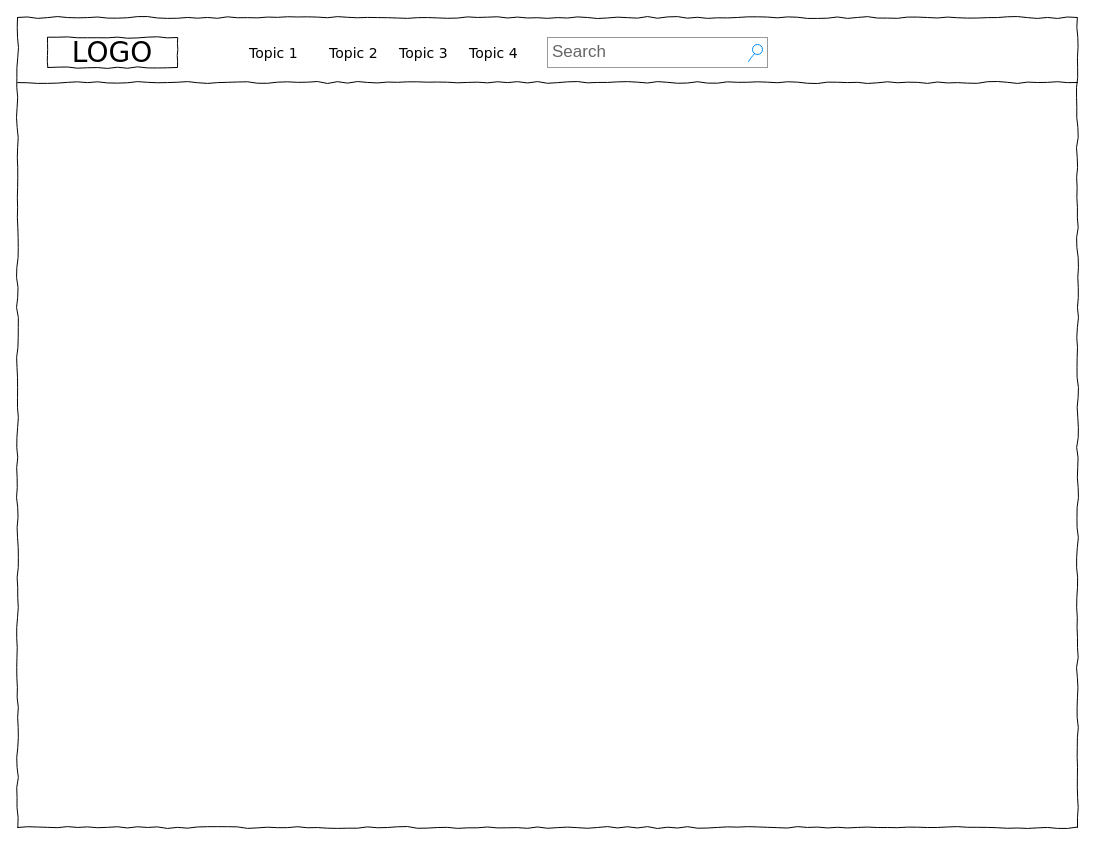
Earlier version of the draw.io diagram page "Home page" (3 of 5) of gamer.drawio (goldmine/base). Source tidied: cells renumbered, new cells numbered last; positions are measured from the earlier drawing's top-left corner, leaving out a move shared by most shapes. Both pictures are drawn from the tidied source at 100%, with x=0, y=0 at pixel (17, 17).
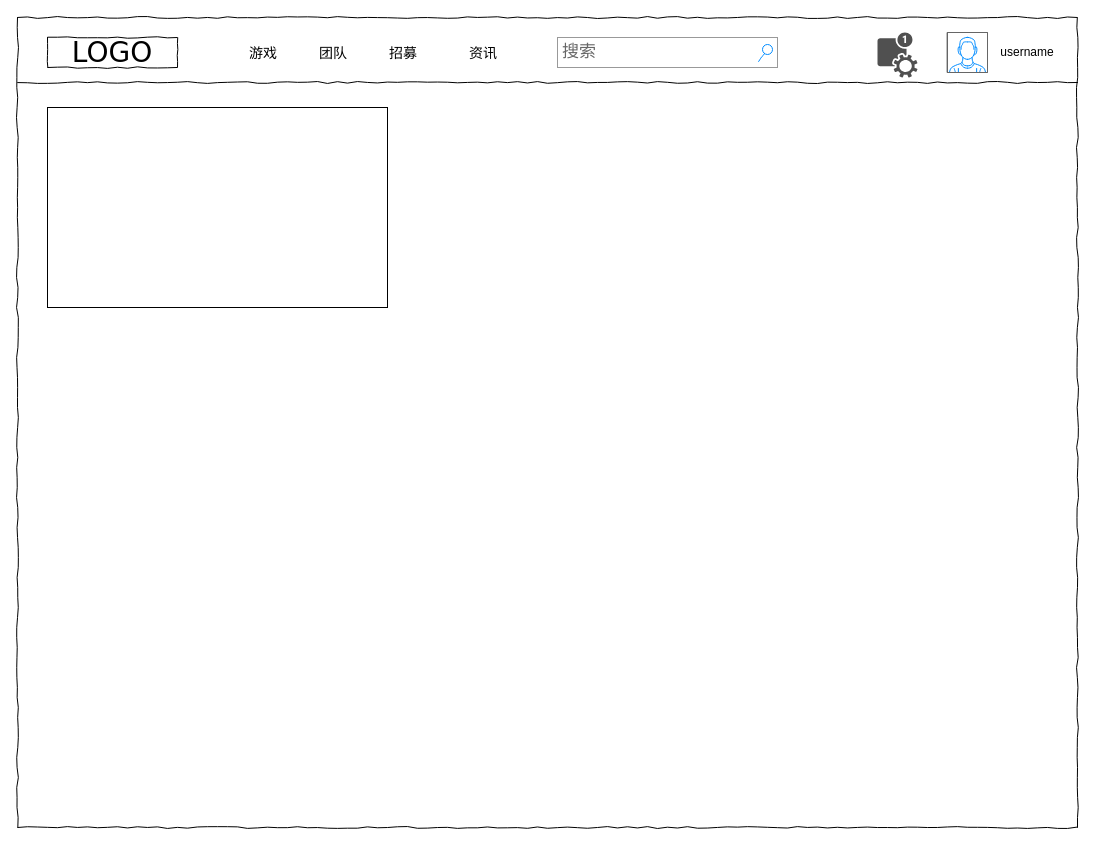
The same page after the edit.

Diff of the diagram source:
```diff
@@
 <mxGraphModel>
   <root>
     <mxCell id="0" />
     <mxCell id="1" parent="0" />
     <mxCell id="2" style="whiteSpace=wrap;html=1;rounded=0;shadow=0;labelBackgroundColor=none;strokeColor=#000000;strokeWidth=1;fillColor=none;fontFamily=Verdana;fontSize=12;fontColor=#000000;align=center;comic=1;" parent="1" vertex="1">
       <mxGeometry width="1060" height="810" as="geometry" />
     </mxCell>
     <mxCell id="3" value="LOGO" style="whiteSpace=wrap;html=1;rounded=0;shadow=0;labelBackgroundColor=none;strokeWidth=1;fontFamily=Verdana;fontSize=28;align=center;comic=1;" parent="1" vertex="1">
       <mxGeometry x="30" y="20" width="130" height="30" as="geometry" />
     </mxCell>
-    <mxCell id="4" value="Search" style="strokeWidth=1;shadow=0;dashed=0;align=center;html=1;shape=mxgraph.mockup.forms.searchBox;strokeColor=#999999;mainText=;strokeColor2=#008cff;fontColor=#666666;fontSize=17;align=left;spacingLeft=3;rounded=0;labelBackgroundColor=none;comic=1;" parent="1" vertex="1">
-      <mxGeometry x="530" y="20" width="220" height="30" as="geometry" />
+    <mxCell id="4" value="搜索" style="strokeWidth=1;shadow=0;dashed=0;align=center;html=1;shape=mxgraph.mockup.forms.searchBox;strokeColor=#999999;mainText=;strokeColor2=#008cff;fontColor=#666666;fontSize=17;align=left;spacingLeft=3;rounded=0;labelBackgroundColor=none;comic=1;" parent="1" vertex="1">
+      <mxGeometry x="540" y="20" width="220" height="30" as="geometry" />
     </mxCell>
-    <mxCell id="5" value="Topic 1" style="text;html=1;align=left;verticalAlign=top;spacingTop=-4;fontSize=14;fontFamily=Verdana;" parent="1" vertex="1">
+    <mxCell id="5" value="游戏" style="text;html=1;align=left;verticalAlign=top;spacingTop=-4;fontSize=14;fontFamily=Verdana;" parent="1" vertex="1">
       <mxGeometry x="230" y="25" width="60" height="20" as="geometry" />
     </mxCell>
-    <mxCell id="6" value="Topic 2" style="text;html=1;align=left;verticalAlign=top;spacingTop=-4;fontSize=14;fontFamily=Verdana;" parent="1" vertex="1">
-      <mxGeometry x="310" y="25" width="60" height="20" as="geometry" />
+    <mxCell id="6" value="团队" style="text;html=1;align=left;verticalAlign=top;spacingTop=-4;fontSize=14;fontFamily=Verdana;" parent="1" vertex="1">
+      <mxGeometry x="300" y="25" width="60" height="20" as="geometry" />
     </mxCell>
-    <mxCell id="7" value="Topic 3" style="text;html=1;align=left;verticalAlign=top;spacingTop=-4;fontSize=14;fontFamily=Verdana;" parent="1" vertex="1">
-      <mxGeometry x="380" y="25" width="60" height="20" as="geometry" />
+    <mxCell id="7" value="招募" style="text;html=1;align=left;verticalAlign=top;spacingTop=-4;fontSize=14;fontFamily=Verdana;" parent="1" vertex="1">
+      <mxGeometry x="370" y="25" width="60" height="20" as="geometry" />
     </mxCell>
-    <mxCell id="8" value="Topic 4" style="text;html=1;align=left;verticalAlign=top;spacingTop=-4;fontSize=14;fontFamily=Verdana;" parent="1" vertex="1">
+    <mxCell id="8" value="资讯" style="text;html=1;align=left;verticalAlign=top;spacingTop=-4;fontSize=14;fontFamily=Verdana;" parent="1" vertex="1">
       <mxGeometry x="450" y="25" width="60" height="20" as="geometry" />
     </mxCell>
     <mxCell id="9" style="line;strokeWidth=1;html=1;rounded=0;shadow=0;labelBackgroundColor=none;fillColor=none;fontFamily=Verdana;fontSize=14;fontColor=#000000;align=center;comic=1;" parent="1" vertex="1">
       <mxGeometry y="60" width="1060" height="10" as="geometry" />
     </mxCell>
+    <mxCell id="10" style="verticalLabelPosition=bottom;shadow=0;dashed=0;align=center;html=1;verticalAlign=top;strokeWidth=1;shape=mxgraph.mockup.containers.userMale;strokeColor=#666666;strokeColor2=#008cff;" parent="1" vertex="1">
+      <mxGeometry x="930" y="15" width="40" height="40" as="geometry" />
+    </mxCell>
+    <mxCell id="11" value="username" style="text;html=1;align=center;verticalAlign=middle;whiteSpace=wrap;rounded=0;" parent="1" vertex="1">
+      <mxGeometry x="980" y="20" width="60" height="30" as="geometry" />
+    </mxCell>
+    <mxCell id="12" style="sketch=0;shadow=0;dashed=0;html=1;strokeColor=none;fillColor=#505050;labelPosition=center;verticalLabelPosition=bottom;verticalAlign=top;align=center;shape=mxgraph.office.communications.push_notification_service;" parent="1" vertex="1">
+      <mxGeometry x="860" y="15" width="40" height="45" as="geometry" />
+    </mxCell>
+    <mxCell id="13" style="rounded=0;whiteSpace=wrap;html=1;" parent="1" vertex="1">
+      <mxGeometry x="30" y="90" width="340" height="200" as="geometry" />
+    </mxCell>
   </root>
 </mxGraphModel>
```
